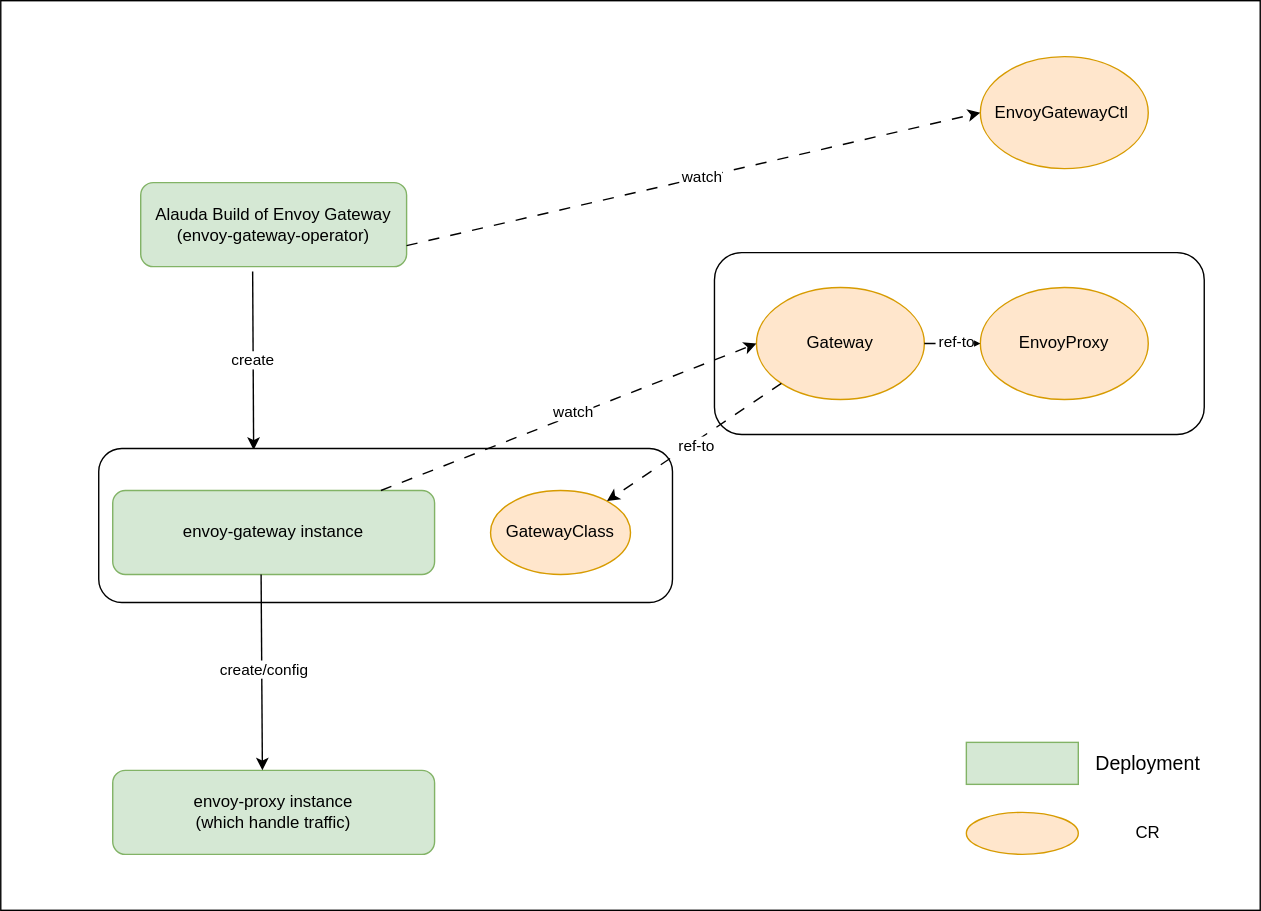
Earlier version of the draw.io export docs/en/networking/assets/envoy_gateway_architecture.drawio.svg (alauda/acp-docs). Source tidied: cells renumbered, new cells last; positions are measured from the earlier drawing's top-left corner, leaving out a move shared by most shapes.
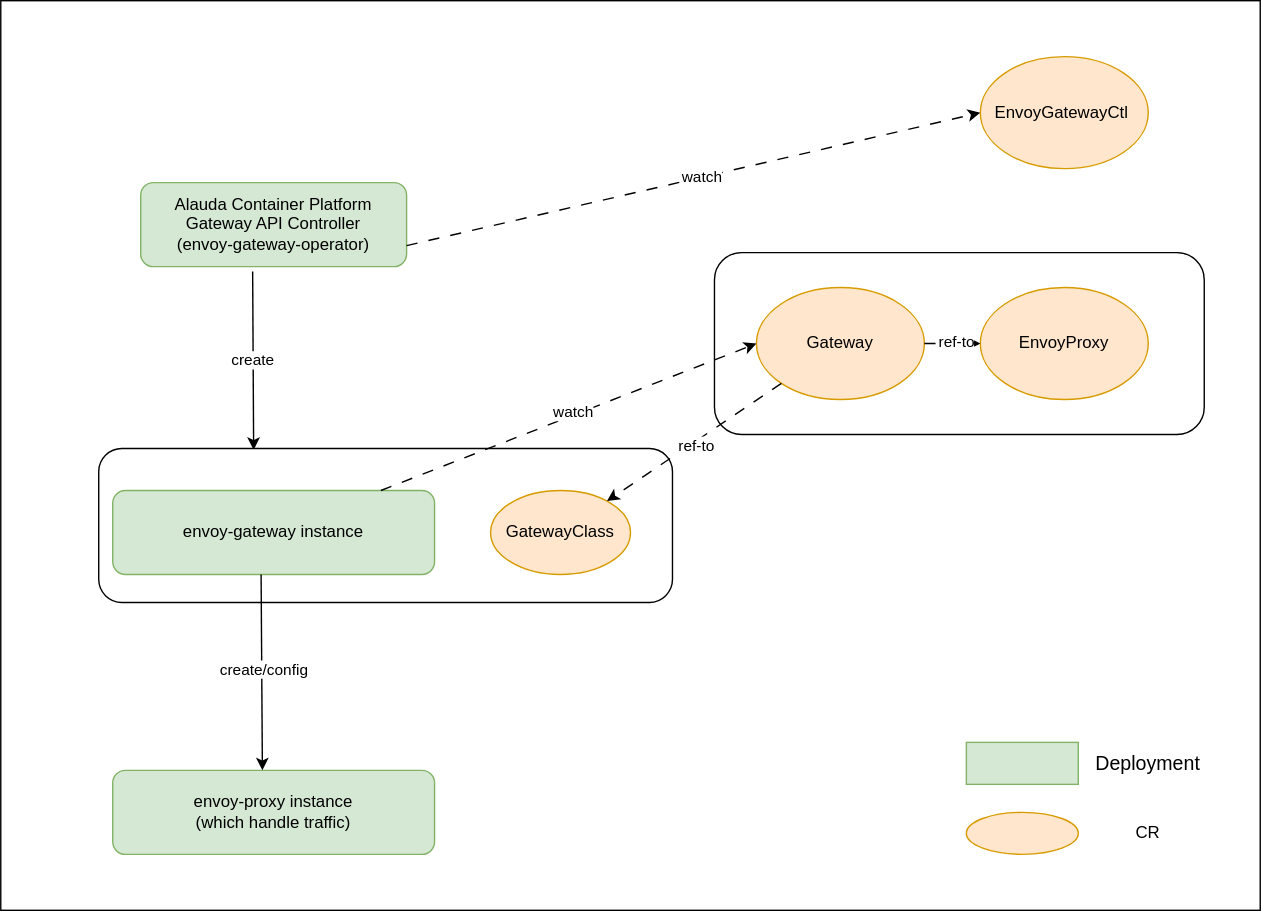
The same diagram one commit later.

The edit, as a diff of the source:
```diff
@@ -5,7 +5,7 @@
     <mxCell id="2" style="rounded=0;whiteSpace=wrap;html=1;" parent="1" vertex="1">
       <mxGeometry width="900" height="650" as="geometry" />
     </mxCell>
-    <mxCell id="3" value="Alauda Build of Envoy Gateway&lt;br&gt;(envoy-gateway-operator)" style="rounded=1;whiteSpace=wrap;html=1;fillColor=#d5e8d4;strokeColor=#82b366;" parent="1" vertex="1">
+    <mxCell id="3" value="Alauda Container Platform Gateway API Controller&lt;br&gt;(envoy-gateway-operator)" style="rounded=1;whiteSpace=wrap;html=1;fillColor=#d5e8d4;strokeColor=#82b366;" parent="1" vertex="1">
       <mxGeometry x="100" y="130" width="190" height="60" as="geometry" />
     </mxCell>
     <mxCell id="4" value="envoy-proxy instance&lt;br&gt;(which handle traffic)" style="rounded=1;whiteSpace=wrap;html=1;fillColor=#d5e8d4;strokeColor=#82b366;" parent="1" vertex="1">
```
